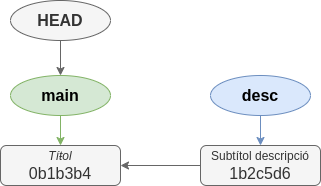
The draw.io diagram docs/apunts/img/branques/before_ff.png in joapuiib/curs-git, before a commit. Source tidied: cells renumbered, new cells last; positions are measured from the earlier drawing's top-left corner, leaving out a move shared by most shapes.
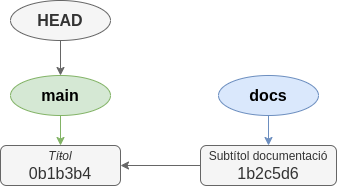
The same file after the commit.

Change to the diagram source:
```diff
@@ -20,14 +20,14 @@
     <mxCell id="7" style="edgeStyle=orthogonalEdgeStyle;rounded=0;jettySize=auto;html=1;exitX=0.5;exitY=1;exitDx=0;exitDy=0;fillColor=#dae8fc;strokeColor=#6c8ebf;" parent="1" edge="1" source="8" target="10">
       <mxGeometry relative="1" as="geometry" />
     </mxCell>
-    <mxCell id="8" value="desc" style="ellipse;whiteSpace=wrap;html=1;fillColor=#dae8fc;strokeColor=#6c8ebf;fontSize=16;fontStyle=1;" parent="1" vertex="1">
-      <mxGeometry x="210" y="75" width="100" height="40" as="geometry" />
+    <mxCell id="8" value="docs" style="ellipse;whiteSpace=wrap;html=1;fillColor=#dae8fc;strokeColor=#6c8ebf;fontSize=16;fontStyle=1;" parent="1" vertex="1">
+      <mxGeometry x="218" y="75" width="100" height="40" as="geometry" />
     </mxCell>
     <mxCell id="9" style="edgeStyle=orthogonalEdgeStyle;rounded=0;jettySize=auto;html=1;exitX=0;exitY=0.5;exitDx=0;exitDy=0;fillColor=#f5f5f5;strokeColor=#666666;" parent="1" edge="1" source="10" target="2">
       <mxGeometry relative="1" as="geometry" />
     </mxCell>
-    <mxCell id="10" value="&lt;div style=&quot;line-height: 100%;&quot;&gt;&lt;font style=&quot;font-size: 12px;&quot;&gt;Subtítol descripció&lt;/font&gt;&lt;/div&gt;1b2c5d6" style="rounded=1;whiteSpace=wrap;html=1;fontSize=16;fillColor=#f5f5f5;strokeColor=#666666;fontColor=#333333;" parent="1" vertex="1">
-      <mxGeometry x="200" y="145" width="120" height="40" as="geometry" />
+    <mxCell id="10" value="&lt;div style=&quot;line-height: 100%;&quot;&gt;&lt;font style=&quot;font-size: 12px;&quot;&gt;Subtítol documentació&lt;/font&gt;&lt;/div&gt;1b2c5d6" style="rounded=1;whiteSpace=wrap;html=1;fontSize=16;fillColor=#f5f5f5;strokeColor=#666666;fontColor=#333333;" parent="1" vertex="1">
+      <mxGeometry x="200" y="145" width="136" height="40" as="geometry" />
     </mxCell>
   </root>
 </mxGraphModel>
```
